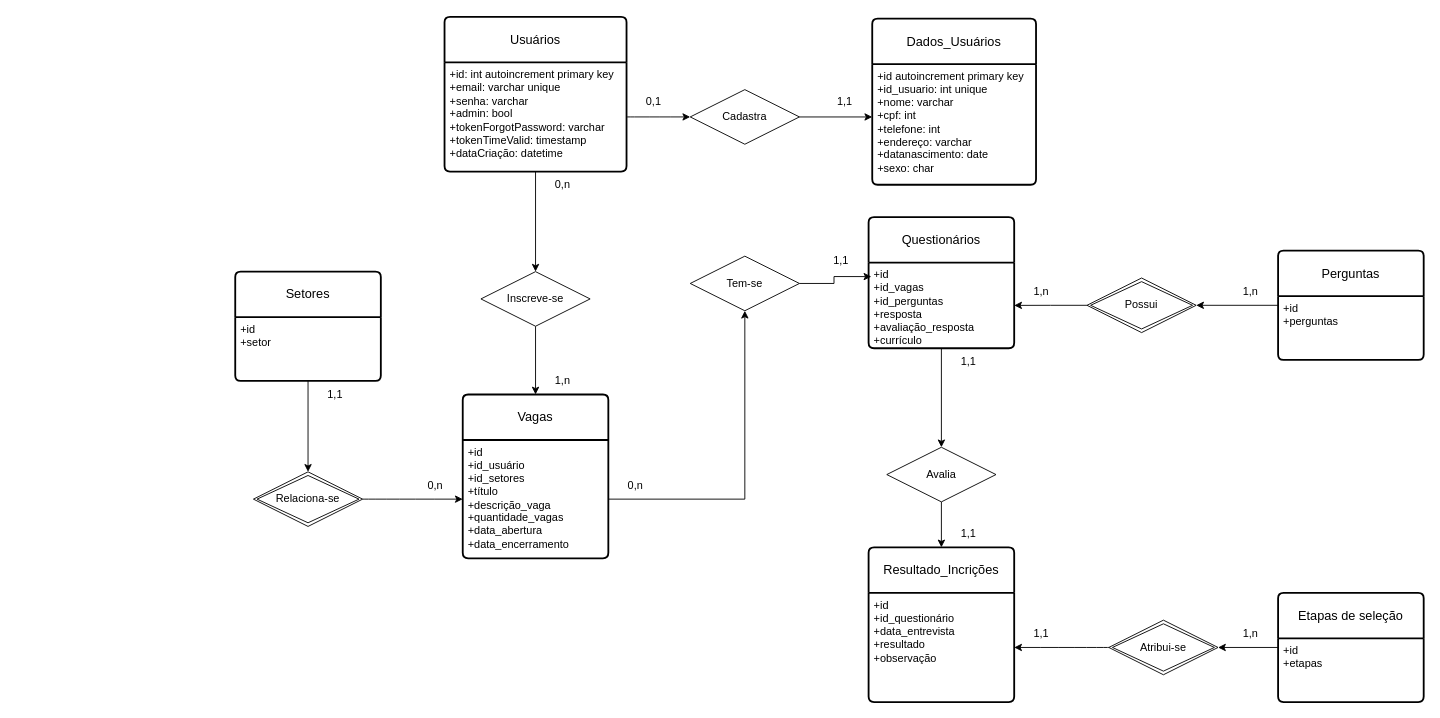
This is Diagrama Modelo Relacional.drawio from ExtraProjects860/Project-Selection-Process-Control, a draw.io file, before an edit. Source tidied: cells renumbered, new cells numbered last; positions are measured from the earlier drawing's top-left corner, leaving out a move shared by most shapes. Both pictures are drawn from the tidied source at 91%, with x=0, y=0 at pixel (235, 16).
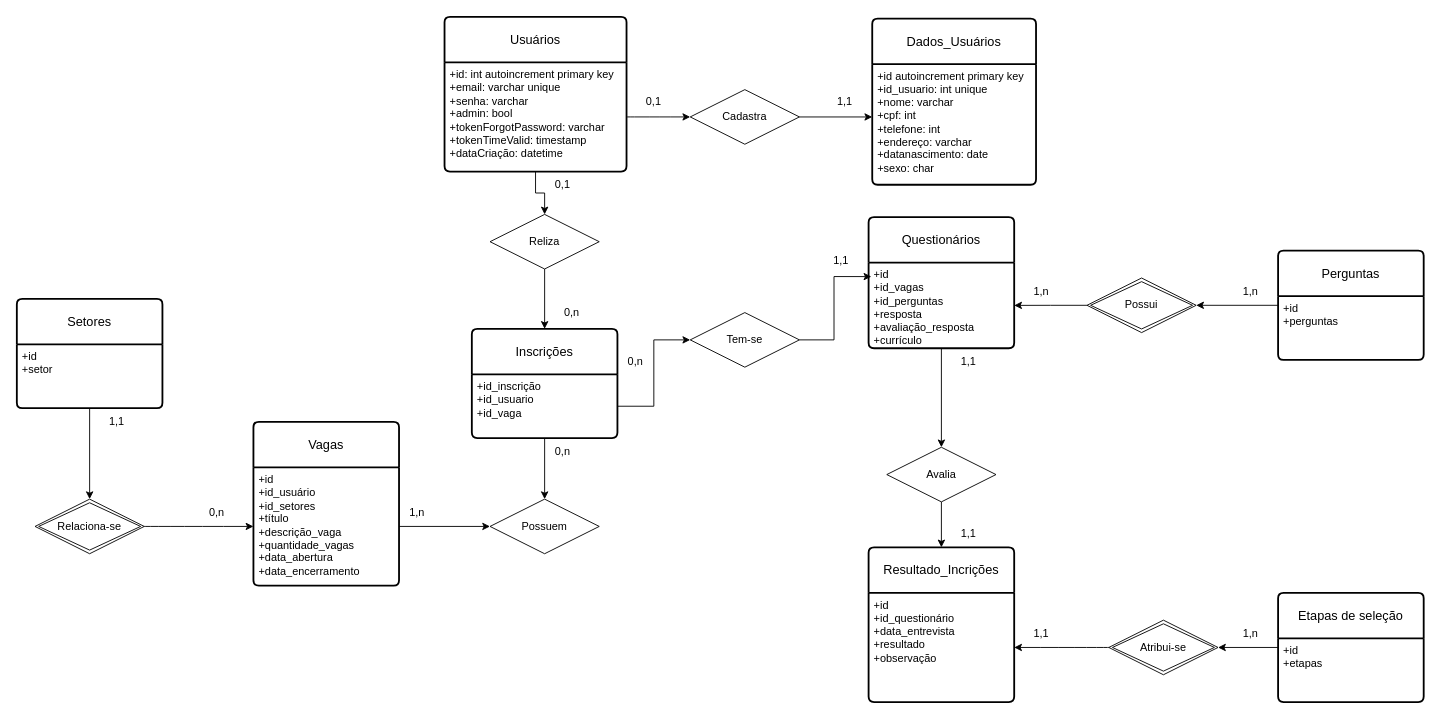
After the change.

Unchanged cells that the change refers to:
```xml
<mxCell id="3" value="+id: int autoincrement primary key&lt;br&gt;+email: varchar unique&lt;br&gt;+senha: varchar&lt;div&gt;+admin: bool&lt;/div&gt;&lt;div&gt;+tokenForgotPassword: varchar&lt;/div&gt;&lt;div&gt;+tokenTimeValid: timestamp&lt;/div&gt;&lt;div&gt;+dataCriação: datetime&lt;/div&gt;" style="align=left;strokeColor=none;fillColor=none;spacingLeft=4;fontSize=12;verticalAlign=top;html=1;" parent="2" vertex="1">
  <mxGeometry y="50" width="200" height="120" as="geometry" />
</mxCell>
<mxCell id="12" value="+id&lt;div&gt;+id_usuário&lt;br&gt;&lt;div&gt;+id_setores&lt;/div&gt;&lt;div&gt;+título&lt;/div&gt;&lt;div&gt;+descrição_vaga&lt;/div&gt;&lt;div&gt;+quantidade_vagas&lt;/div&gt;&lt;div&gt;+data_abertura&lt;/div&gt;&lt;div&gt;+data_encerramento&lt;/div&gt;&lt;/div&gt;" style="align=left;strokeColor=none;fillColor=none;spacingLeft=4;fontSize=12;verticalAlign=top;html=1;" parent="11" vertex="1">
  <mxGeometry y="50" width="160" height="130" as="geometry" />
</mxCell>
```

What changed in the source:
```diff
@@
     <mxCell id="9" value="Setores" style="swimlane;horizontal=1;startSize=50;rounded=1;fontSize=14;fontStyle=0;strokeWidth=2;shadow=0;dashed=0;align=center;arcSize=4;whiteSpace=wrap;html=1;" parent="1" vertex="1">
-      <mxGeometry y="280" width="160" height="120" as="geometry" />
+      <mxGeometry x="-240" y="310" width="160" height="120" as="geometry" />
     </mxCell>
@@
     <mxCell id="11" value="Vagas" style="swimlane;horizontal=1;startSize=50;rounded=1;fontSize=14;fontStyle=0;strokeWidth=2;shadow=0;dashed=0;align=center;arcSize=4;whiteSpace=wrap;html=1;" parent="1" vertex="1">
-      <mxGeometry x="250" y="415" width="160" height="180" as="geometry" />
+      <mxGeometry x="20" y="445" width="160" height="180" as="geometry" />
     </mxCell>
@@
     <mxCell id="23" value="Relaciona-se" style="shape=rhombus;double=1;perimeter=rhombusPerimeter;whiteSpace=wrap;html=1;align=center;" parent="1" vertex="1">
-      <mxGeometry x="20" y="500" width="120" height="60" as="geometry" />
+      <mxGeometry x="-220" y="530" width="120" height="60" as="geometry" />
     </mxCell>
@@
-    <mxCell id="31" style="edgeStyle=orthogonalEdgeStyle;rounded=0;jettySize=auto;html=1;entryX=0.5;entryY=0;entryDx=0;entryDy=0;" parent="1" edge="1" source="32" target="11">
-      <mxGeometry relative="1" as="geometry" />
-    </mxCell>
-    <mxCell id="32" value="Inscreve-se" style="shape=rhombus;perimeter=rhombusPerimeter;whiteSpace=wrap;html=1;align=center;" parent="1" vertex="1">
-      <mxGeometry x="270" y="280" width="120" height="60" as="geometry" />
-    </mxCell>
@@
-    <mxCell id="34" value="0,n" style="text;html=1;align=center;verticalAlign=middle;whiteSpace=wrap;rounded=0;" parent="1" vertex="1">
-      <mxGeometry x="330" y="170" width="60" height="30" as="geometry" />
-    </mxCell>
-    <mxCell id="35" style="edgeStyle=orthogonalEdgeStyle;rounded=0;jettySize=auto;html=1;" parent="1" edge="1" source="3" target="32">
-      <mxGeometry relative="1" as="geometry" />
-    </mxCell>
-    <mxCell id="36" value="1,n" style="text;html=1;align=center;verticalAlign=middle;whiteSpace=wrap;rounded=0;" parent="1" vertex="1">
-      <mxGeometry x="330" y="385" width="60" height="30" as="geometry" />
+    <mxCell id="36" value="0,n" style="text;html=1;align=center;verticalAlign=middle;whiteSpace=wrap;rounded=0;" parent="1" vertex="1">
+      <mxGeometry x="330" y="462.9" width="60" height="30" as="geometry" />
     </mxCell>
     <mxCell id="37" value="Tem-se" style="shape=rhombus;perimeter=rhombusPerimeter;whiteSpace=wrap;html=1;align=center;" parent="1" vertex="1">
-      <mxGeometry x="500" y="263" width="120" height="60" as="geometry" />
+      <mxGeometry x="500" y="325" width="120" height="60" as="geometry" />
     </mxCell>
-    <mxCell id="38" style="edgeStyle=orthogonalEdgeStyle;rounded=0;jettySize=auto;html=1;" parent="1" edge="1" source="12" target="37">
-      <mxGeometry relative="1" as="geometry" />
-    </mxCell>
@@
-    <mxCell id="43" value="0,n" style="text;html=1;align=center;verticalAlign=middle;whiteSpace=wrap;rounded=0;" parent="1" vertex="1">
-      <mxGeometry x="410" y="500" width="60" height="30" as="geometry" />
-    </mxCell>
@@
     <mxCell id="45" value="1,1" style="text;html=1;align=center;verticalAlign=middle;whiteSpace=wrap;rounded=0;" parent="1" vertex="1">
-      <mxGeometry x="80" y="400" width="60" height="30" as="geometry" />
+      <mxGeometry x="-160" y="430" width="60" height="30" as="geometry" />
     </mxCell>
     <mxCell id="46" value="0,n" style="text;html=1;align=center;verticalAlign=middle;whiteSpace=wrap;rounded=0;" parent="1" vertex="1">
-      <mxGeometry x="190" y="500" width="60" height="30" as="geometry" />
+      <mxGeometry x="-50" y="530" width="60" height="30" as="geometry" />
     </mxCell>
@@
+    <mxCell id="53" value="Inscrições" style="swimlane;horizontal=1;startSize=50;rounded=1;fontSize=14;fontStyle=0;strokeWidth=2;shadow=0;dashed=0;align=center;arcSize=4;whiteSpace=wrap;html=1;" parent="1" vertex="1">
+      <mxGeometry x="260" y="342.9" width="160" height="120" as="geometry" />
+    </mxCell>
+    <mxCell id="54" value="&lt;div&gt;+id_inscrição&lt;/div&gt;+id_usuario&lt;br&gt;+id_vaga&lt;div&gt;&lt;br&gt;&lt;/div&gt;" style="align=left;strokeColor=none;fillColor=none;spacingLeft=4;fontSize=12;verticalAlign=top;html=1;" parent="53" vertex="1">
+      <mxGeometry y="50" width="160" height="70" as="geometry" />
+    </mxCell>
+    <mxCell id="55" value="Possuem" style="shape=rhombus;perimeter=rhombusPerimeter;whiteSpace=wrap;html=1;align=center;" parent="1" vertex="1">
+      <mxGeometry x="280" y="530" width="120" height="60" as="geometry" />
+    </mxCell>
+    <mxCell id="56" style="edgeStyle=orthogonalEdgeStyle;rounded=0;jettySize=auto;html=1;entryX=0;entryY=0.5;entryDx=0;entryDy=0;" parent="1" edge="1" source="54" target="37">
+      <mxGeometry relative="1" as="geometry" />
+    </mxCell>
+    <mxCell id="57" style="edgeStyle=orthogonalEdgeStyle;rounded=0;jettySize=auto;html=1;" parent="1" edge="1" source="12" target="55">
+      <mxGeometry relative="1" as="geometry" />
+    </mxCell>
+    <mxCell id="58" style="edgeStyle=orthogonalEdgeStyle;rounded=0;jettySize=auto;html=1;" parent="1" edge="1" source="54" target="55">
+      <mxGeometry relative="1" as="geometry" />
+    </mxCell>
+    <mxCell id="59" value="0,1" style="text;html=1;align=center;verticalAlign=middle;whiteSpace=wrap;rounded=0;" parent="1" vertex="1">
+      <mxGeometry x="330" y="170" width="60" height="30" as="geometry" />
+    </mxCell>
+    <mxCell id="60" value="1,n" style="text;html=1;align=center;verticalAlign=middle;whiteSpace=wrap;rounded=0;" parent="1" vertex="1">
+      <mxGeometry x="170" y="530" width="60" height="30" as="geometry" />
+    </mxCell>
+    <mxCell id="61" style="edgeStyle=orthogonalEdgeStyle;rounded=0;jettySize=auto;html=1;" parent="1" edge="1" source="3" target="63">
+      <mxGeometry relative="1" as="geometry" />
+    </mxCell>
+    <mxCell id="62" style="edgeStyle=orthogonalEdgeStyle;rounded=0;jettySize=auto;html=1;entryX=0.5;entryY=0;entryDx=0;entryDy=0;" parent="1" edge="1" source="63" target="53">
+      <mxGeometry relative="1" as="geometry" />
+    </mxCell>
+    <mxCell id="63" value="Reliza" style="shape=rhombus;perimeter=rhombusPerimeter;whiteSpace=wrap;html=1;align=center;" parent="1" vertex="1">
+      <mxGeometry x="280" y="217.1" width="120" height="60" as="geometry" />
+    </mxCell>
+    <mxCell id="64" value="0,n" style="text;html=1;align=center;verticalAlign=middle;whiteSpace=wrap;rounded=0;" parent="1" vertex="1">
+      <mxGeometry x="410" y="364.2" width="60" height="30" as="geometry" />
+    </mxCell>
+    <mxCell id="65" value="0,n" style="text;html=1;align=center;verticalAlign=middle;whiteSpace=wrap;rounded=0;" parent="1" vertex="1">
+      <mxGeometry x="340" y="310" width="60" height="30" as="geometry" />
+    </mxCell>
```
